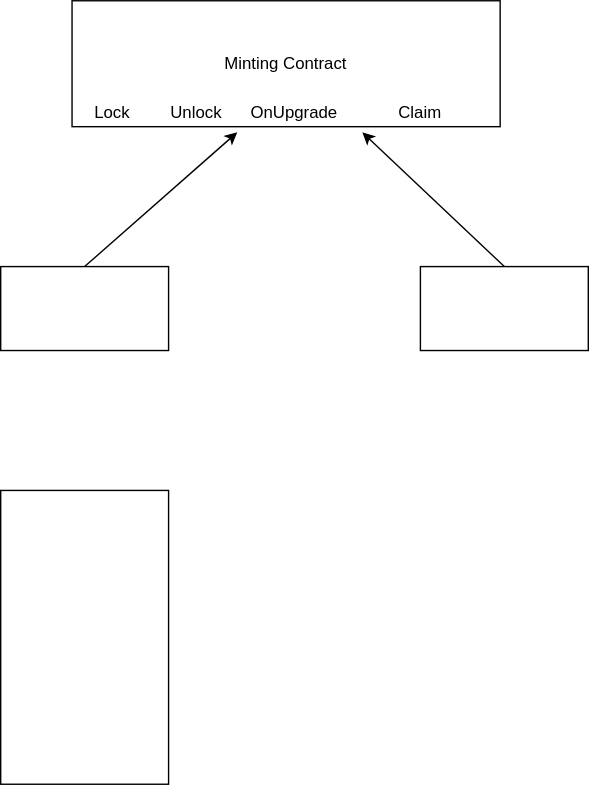
The draw.io diagram 未命名绘图.drawio.svg in iwanwang-0/doc, before a commit. Source tidied: cells renumbered, new cells last; positions are measured from the earlier drawing's top-left corner, leaving out a move shared by most shapes.
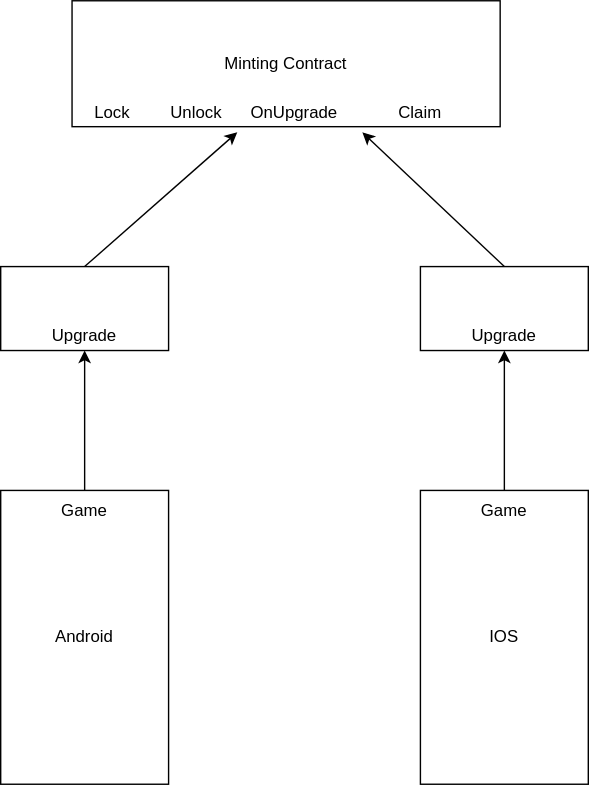
The same file after the commit.

The edit, as a diff of the source:
```diff
@@ -23,7 +23,10 @@
     <mxCell id="8" style="rounded=0;whiteSpace=wrap;html=1;" parent="1" vertex="1">
       <mxGeometry x="300" y="190" width="120" height="60" as="geometry" />
     </mxCell>
+    <mxCell id="12" style="edgeStyle=orthogonalEdgeStyle;rounded=0;jettySize=auto;html=1;" parent="1" edge="1" source="9" target="15">
+      <mxGeometry relative="1" as="geometry" />
+    </mxCell>
-    <mxCell id="9" style="rounded=0;whiteSpace=wrap;html=1;" parent="1" vertex="1">
+    <mxCell id="9" value="Android" style="rounded=0;whiteSpace=wrap;html=1;" parent="1" vertex="1">
       <mxGeometry y="350" width="120" height="210" as="geometry" />
     </mxCell>
     <mxCell id="10" style="endArrow=classic;html=1;rounded=0;entryX=0.386;entryY=1.044;entryDx=0;entryDy=0;entryPerimeter=0;" parent="1" edge="1" target="2">
@@ -36,5 +39,23 @@
         <mxPoint x="258.5" y="94" as="targetPoint" />
       </mxGeometry>
     </mxCell>
+    <mxCell id="13" style="edgeStyle=orthogonalEdgeStyle;rounded=0;jettySize=auto;html=1;" parent="1" edge="1" source="14" target="16">
+      <mxGeometry relative="1" as="geometry" />
+    </mxCell>
+    <mxCell id="14" value="IOS" style="rounded=0;whiteSpace=wrap;html=1;" parent="1" vertex="1">
+      <mxGeometry x="300" y="350" width="120" height="210" as="geometry" />
+    </mxCell>
+    <mxCell id="15" value="Upgrade" style="text;html=1;align=center;verticalAlign=middle;whiteSpace=wrap;rounded=0;" parent="1" vertex="1">
+      <mxGeometry x="40" y="230" width="40" height="20" as="geometry" />
+    </mxCell>
+    <mxCell id="16" value="Upgrade" style="text;html=1;align=center;verticalAlign=middle;whiteSpace=wrap;rounded=0;" parent="1" vertex="1">
+      <mxGeometry x="340" y="230" width="40" height="20" as="geometry" />
+    </mxCell>
+    <mxCell id="17" value="Game" style="text;html=1;align=center;verticalAlign=middle;whiteSpace=wrap;rounded=0;" parent="1" vertex="1">
+      <mxGeometry x="30" y="350" width="60" height="30" as="geometry" />
+    </mxCell>
+    <mxCell id="18" value="Game" style="text;html=1;align=center;verticalAlign=middle;whiteSpace=wrap;rounded=0;" parent="1" vertex="1">
+      <mxGeometry x="330" y="350" width="60" height="30" as="geometry" />
+    </mxCell>
   </root>
 </mxGraphModel>
```
